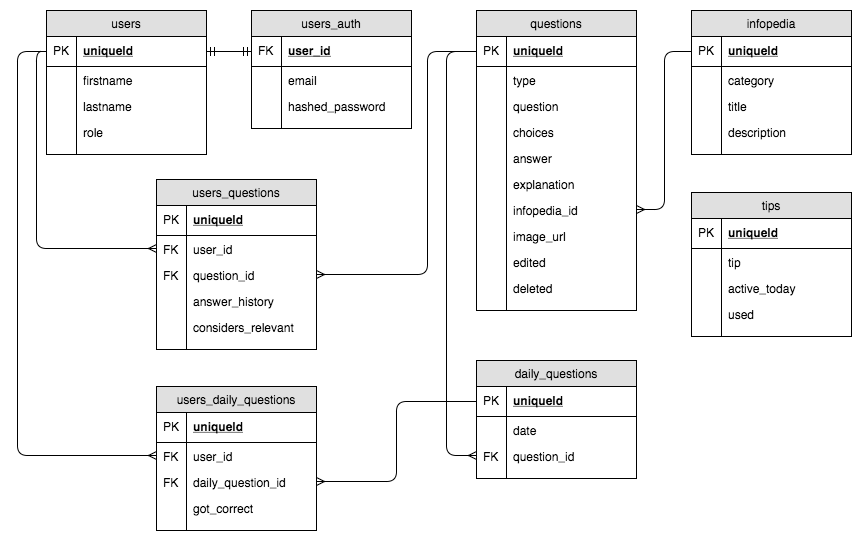
KevinUSCU/quoi-server keeps this draw.io diagram as db/quoi-erd.png. Above is the earlier version. Source tidied: cells renumbered, new cells last; positions are measured from the earlier drawing's top-left corner, leaving out a move shared by most shapes.
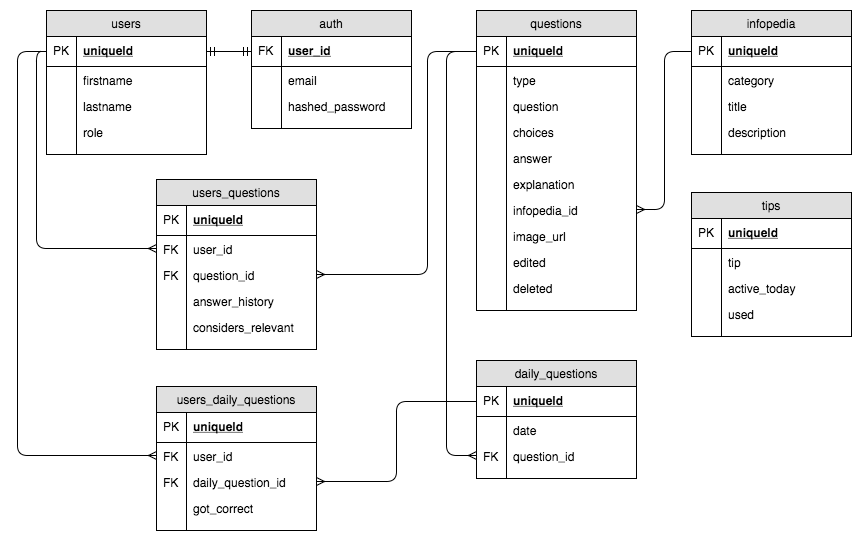
Later version of the same file.

Commit message:
Rename users_auth table to auth.

What changed in the source:
```diff
@@ -35,7 +35,7 @@
     <mxCell id="12" style="shape=partialRectangle;top=0;left=0;bottom=0;fillColor=none;align=left;verticalAlign=top;spacingLeft=4;spacingRight=4;overflow=hidden;" parent="11" vertex="1">
       <mxGeometry width="30" height="10" as="geometry" />
     </mxCell>
-    <mxCell id="13" value="users_auth" style="swimlane;fontStyle=0;horizontal=1;startSize=26;fillColor=#e0e0e0;swimlaneFillColor=#ffffff;align=center;" parent="1" vertex="1">
+    <mxCell id="13" value="auth" style="swimlane;fontStyle=0;horizontal=1;startSize=26;fillColor=#e0e0e0;swimlaneFillColor=#ffffff;align=center;" parent="1" vertex="1">
       <mxGeometry x="234" width="160" height="118" as="geometry" />
     </mxCell>
     <mxCell id="14" value="user_id" style="shape=partialRectangle;top=0;left=0;right=0;bottom=1;align=left;verticalAlign=middle;fillColor=none;spacingLeft=34;spacingRight=4;overflow=hidden;points=[[0,0.5],[1,0.5]];portConstraint=eastwest;fontStyle=5;" parent="13" vertex="1">
```
